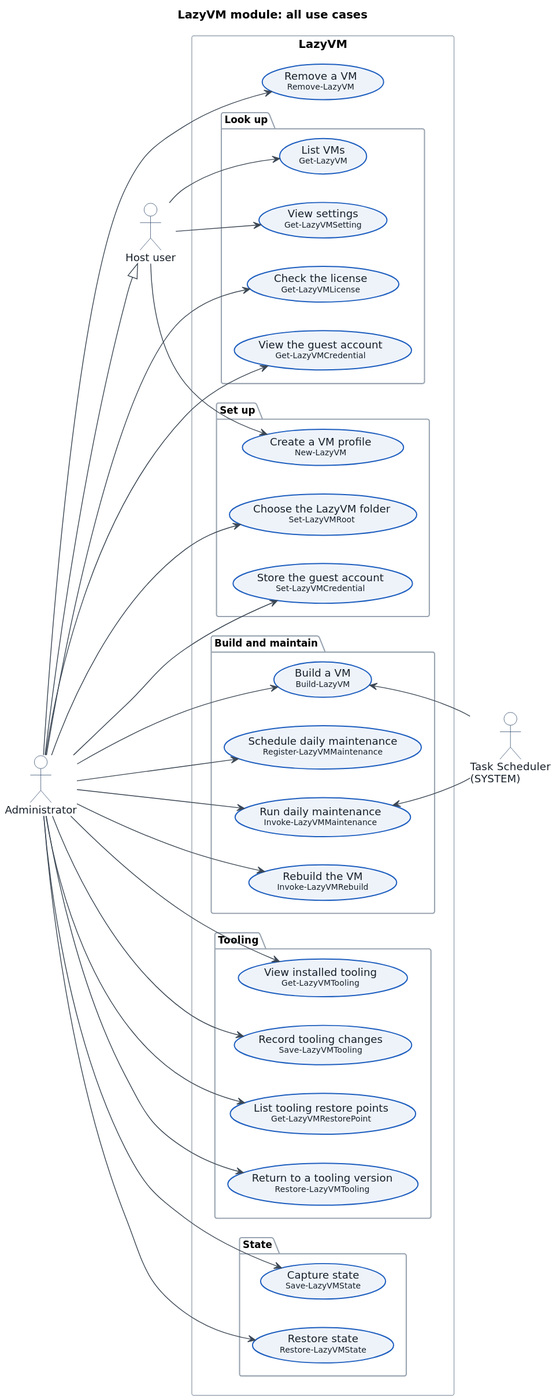
downerboy/LazyVM keeps this PlantUML diagram as docs/use-cases/01-overview.svg. Above is the earlier version.
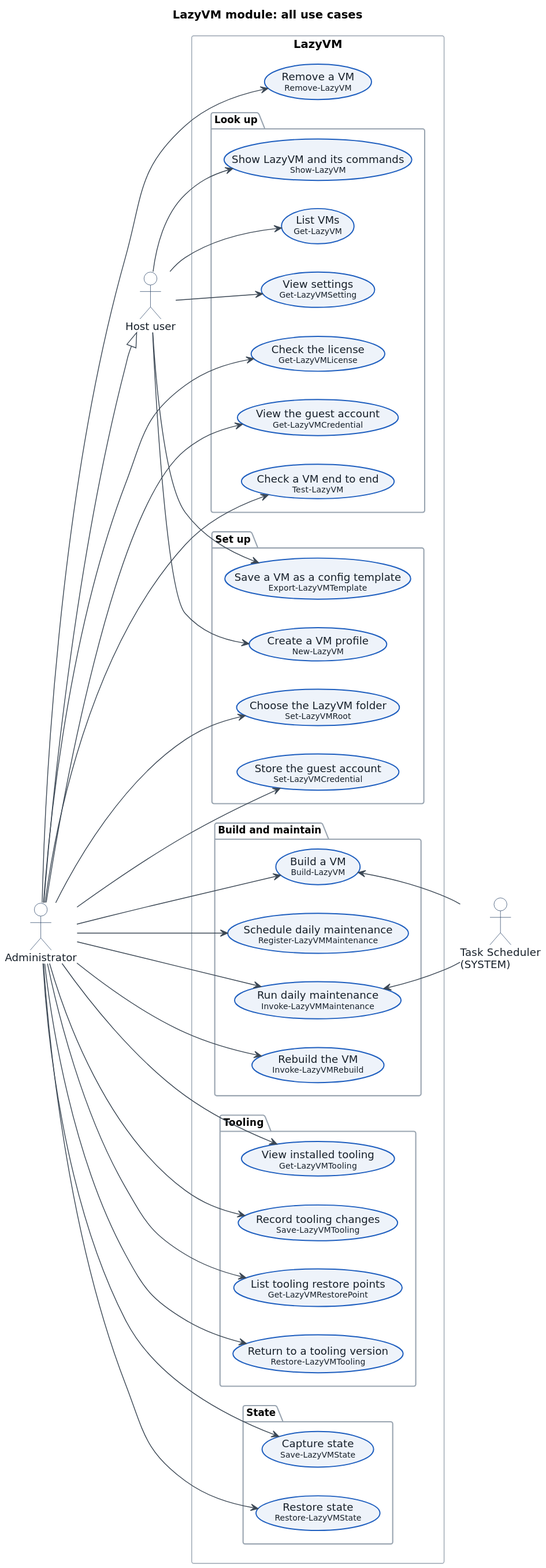
The same file after the commit.

What changed in the source:
```diff
@@ -7,15 +7,18 @@
 actor "Task Scheduler\n(SYSTEM)" as Sched
 Admin --|> User
 
-rectangle "Massokissed.LazyVM" {
+rectangle "LazyVM" {
   package "Look up" {
+    usecase "Show LazyVM and its commands\n<size:10>Show-LazyVM</size>" as UC_Show
     usecase "List VMs\n<size:10>Get-LazyVM</size>" as UC_List
     usecase "View settings\n<size:10>Get-LazyVMSetting</size>" as UC_Set
-    usecase "Check the licence\n<size:10>Get-LazyVMLicense</size>" as UC_Lic
+    usecase "Check the license\n<size:10>Get-LazyVMLicense</size>" as UC_Lic
     usecase "View the guest account\n<size:10>Get-LazyVMCredential</size>" as UC_CredV
+    usecase "Check a VM end to end\n<size:10>Test-LazyVM</size>" as UC_Test
   }
   package "Set up" {
     usecase "Create a VM profile\n<size:10>New-LazyVM</size>" as UC_New
+    usecase "Save a VM as a config template\n<size:10>Export-LazyVMTemplate</size>" as UC_Export
     usecase "Choose the LazyVM folder\n<size:10>Set-LazyVMRoot</size>" as UC_Root
     usecase "Store the guest account\n<size:10>Set-LazyVMCredential</size>" as UC_Cred
   }
@@ -41,8 +44,11 @@
 User --> UC_List
 User --> UC_Set
 User --> UC_New
+User --> UC_Show
+User --> UC_Export
 Admin --> UC_Lic
 Admin --> UC_CredV
+Admin --> UC_Test
 Admin --> UC_Root
 Admin --> UC_Cred
 Admin --> UC_Build
```
